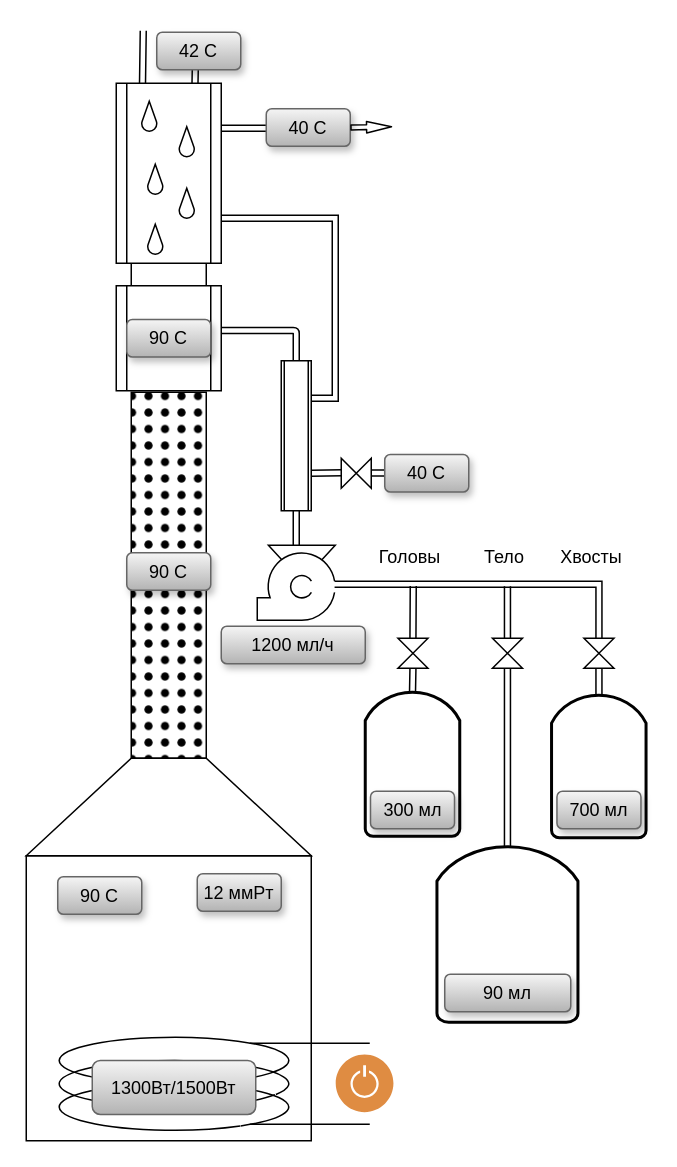
The draw.io diagram data/schemes/Диаграмма без названия.drawio in grifmax/Smart-Column-S3, before the edit. Source tidied: cells renumbered, new cells numbered last; positions are measured from the earlier drawing's top-left corner, leaving out a move shared by most shapes. Both pictures are drawn from the tidied source at 150%, with x=0, y=0 at pixel (26, 30).
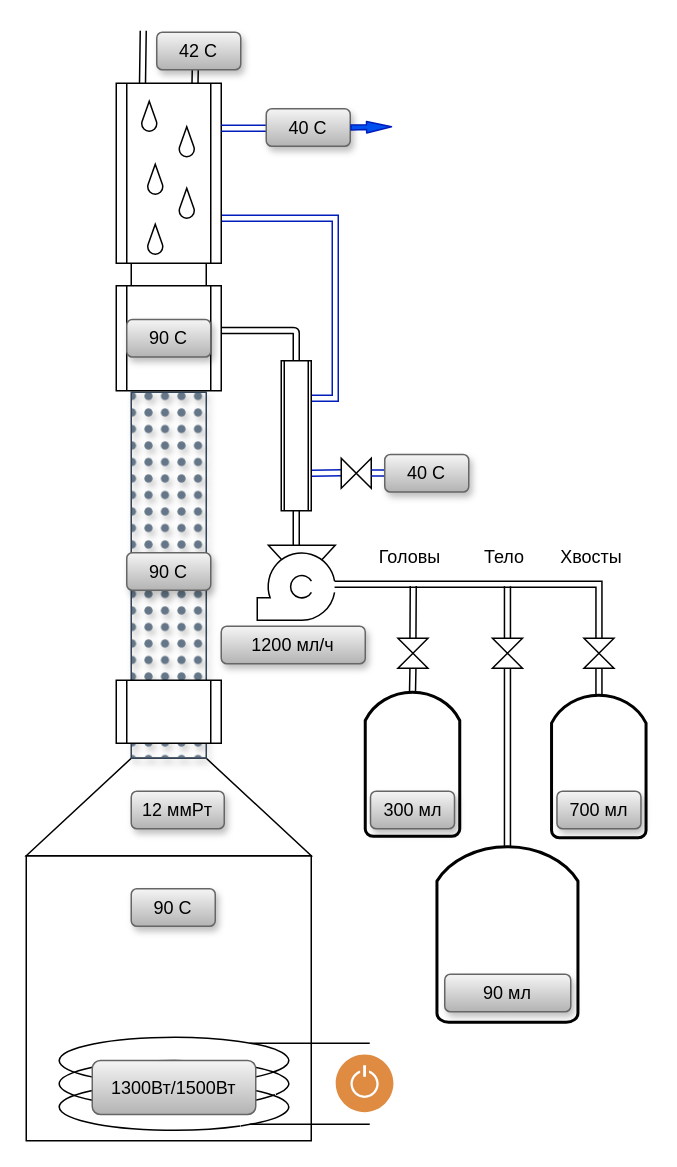
The same diagram, later.

The change refers to these unchanged cells:
```xml
<mxCell id="10" style="shape=process;whiteSpace=wrap;html=1;backgroundOutline=1;" parent="1" vertex="1">
  <mxGeometry x="60" y="35" width="70" height="120" as="geometry" />
</mxCell>
<mxCell id="13" style="shape=process;whiteSpace=wrap;html=1;backgroundOutline=1;" parent="1" vertex="1">
  <mxGeometry x="170" y="220" width="20" height="100" as="geometry" />
</mxCell>
<mxCell id="18" style="shape=collate;whiteSpace=wrap;html=1;direction=south;" parent="1" vertex="1">
  <mxGeometry x="210" y="285" width="20" height="20" as="geometry" />
</mxCell>
<mxCell id="49" value="40 C" style="rounded=1;whiteSpace=wrap;html=1;fillColor=#f5f5f5;strokeColor=#666666;shadow=1;gradientColor=#b3b3b3;" parent="1" vertex="1">
  <mxGeometry x="160" y="52" width="56" height="25" as="geometry" />
</mxCell>
```

Diff of the diagram source:
```diff
@@
-    <mxCell id="4" style="rounded=0;whiteSpace=wrap;html=1;fillStyle=dots;fillColor=#000000;glass=0;strokeWidth=1;" parent="1" vertex="1">
+    <mxCell id="4" style="rounded=0;whiteSpace=wrap;html=1;fillStyle=dots;glass=0;strokeWidth=1;shadow=1;fillColor=#647687;strokeColor=#314354;fontColor=#ffffff;" parent="1" vertex="1">
       <mxGeometry x="70" y="241" width="50" height="244" as="geometry" />
     </mxCell>
@@
-    <mxCell id="7" style="edgeStyle=orthogonalEdgeStyle;rounded=0;jettySize=auto;html=1;exitX=1;exitY=0.75;exitDx=0;exitDy=0;shape=link;strokeWidth=1;endArrow=none;endFill=0;entryX=1;entryY=0.25;entryDx=0;entryDy=0;" parent="1" edge="1" source="10" target="13">
+    <mxCell id="7" style="edgeStyle=orthogonalEdgeStyle;rounded=0;jettySize=auto;html=1;exitX=1;exitY=0.75;exitDx=0;exitDy=0;shape=link;strokeWidth=1;endArrow=none;endFill=0;entryX=1;entryY=0.25;entryDx=0;entryDy=0;fillColor=#0050ef;strokeColor=#001DBC;" parent="1" edge="1" source="10" target="13">
       <mxGeometry relative="1" as="geometry">
         <Array as="points">
           <mxPoint x="206" y="125" />
           <mxPoint x="206" y="245" />
         </Array>
       </mxGeometry>
     </mxCell>
@@
-    <mxCell id="12" style="edgeStyle=none;shape=link;rounded=0;jettySize=auto;html=1;exitX=1;exitY=0.75;exitDx=0;exitDy=0;entryX=0.486;entryY=0.964;entryDx=0;entryDy=0;entryPerimeter=0;" parent="1" edge="1" source="13" target="18">
+    <mxCell id="12" style="edgeStyle=none;shape=link;rounded=0;jettySize=auto;html=1;exitX=1;exitY=0.75;exitDx=0;exitDy=0;entryX=0.486;entryY=0.964;entryDx=0;entryDy=0;entryPerimeter=0;fillColor=#0050ef;strokeColor=#001DBC;" parent="1" edge="1" source="13" target="18">
       <mxGeometry relative="1" as="geometry" />
     </mxCell>
@@
-    <mxCell id="15" style="endArrow=none;html=1;rounded=1;exitX=1;exitY=0.25;exitDx=0;exitDy=0;shape=link;strokeWidth=1;curved=0;" parent="1" edge="1" source="10" target="49">
+    <mxCell id="15" style="endArrow=none;html=1;rounded=1;exitX=1;exitY=0.25;exitDx=0;exitDy=0;shape=link;strokeWidth=1;curved=0;fillColor=#0050ef;strokeColor=#001DBC;" parent="1" edge="1" source="10" target="49">
       <mxGeometry relative="1" as="geometry">
         <Array as="points">
           <mxPoint x="160" y="65" />
         </Array>
       </mxGeometry>
     </mxCell>
@@
-    <mxCell id="43" style="edgeStyle=none;shape=link;rounded=0;orthogonalLoop=1;jettySize=auto;html=1;exitX=1;exitY=0.75;exitDx=0;exitDy=0;entryX=0.486;entryY=0.964;entryDx=0;entryDy=0;entryPerimeter=0;" parent="1" edge="1">
+    <mxCell id="43" style="edgeStyle=none;shape=link;rounded=0;orthogonalLoop=1;jettySize=auto;html=1;exitX=1;exitY=0.75;exitDx=0;exitDy=0;entryX=0.486;entryY=0.964;entryDx=0;entryDy=0;entryPerimeter=0;fillColor=#0050ef;strokeColor=#001DBC;" parent="1" edge="1">
       <mxGeometry relative="1" as="geometry">
         <mxPoint x="230" y="294.8" as="sourcePoint" />
         <mxPoint x="251" y="294.8" as="targetPoint" />
       </mxGeometry>
     </mxCell>
     <mxCell id="44" value="90 C" style="rounded=1;whiteSpace=wrap;html=1;fillColor=#f5f5f5;strokeColor=#666666;shadow=1;gradientColor=#b3b3b3;" parent="1" vertex="1">
-      <mxGeometry x="21" y="564" width="56" height="25" as="geometry" />
+      <mxGeometry x="70" y="572" width="56" height="25" as="geometry" />
     </mxCell>
     <mxCell id="45" value="12 ммРт" style="rounded=1;whiteSpace=wrap;html=1;fillColor=#f5f5f5;strokeColor=#666666;shadow=1;gradientColor=#b3b3b3;" parent="1" vertex="1">
-      <mxGeometry x="114" y="562" width="56" height="25" as="geometry" />
+      <mxGeometry x="70" y="507" width="62" height="25" as="geometry" />
     </mxCell>
@@
-    <mxCell id="58" style="endArrow=none;html=1;rounded=1;shape=flexArrow;strokeWidth=1;curved=0;startArrow=block;startWidth=3.3980710794028273;startSize=5.204597701149426;width=3.218390804597701;entryX=1;entryY=0.5;entryDx=0;entryDy=0;" parent="1" edge="1" target="49">
+    <mxCell id="58" style="endArrow=none;html=1;rounded=1;shape=flexArrow;strokeWidth=1;curved=0;startArrow=block;startWidth=3.3980710794028273;startSize=5.204597701149426;width=3.218390804597701;entryX=1;entryY=0.5;entryDx=0;entryDy=0;fillColor=#0050ef;strokeColor=#001DBC;" parent="1" edge="1" target="49">
       <mxGeometry relative="1" as="geometry">
         <mxPoint x="244" y="64" as="sourcePoint" />
       </mxGeometry>
     </mxCell>
+    <mxCell id="59" style="shape=process;whiteSpace=wrap;html=1;backgroundOutline=1;" parent="1" vertex="1">
+      <mxGeometry x="60" y="433" width="70" height="42" as="geometry" />
+    </mxCell>
```
